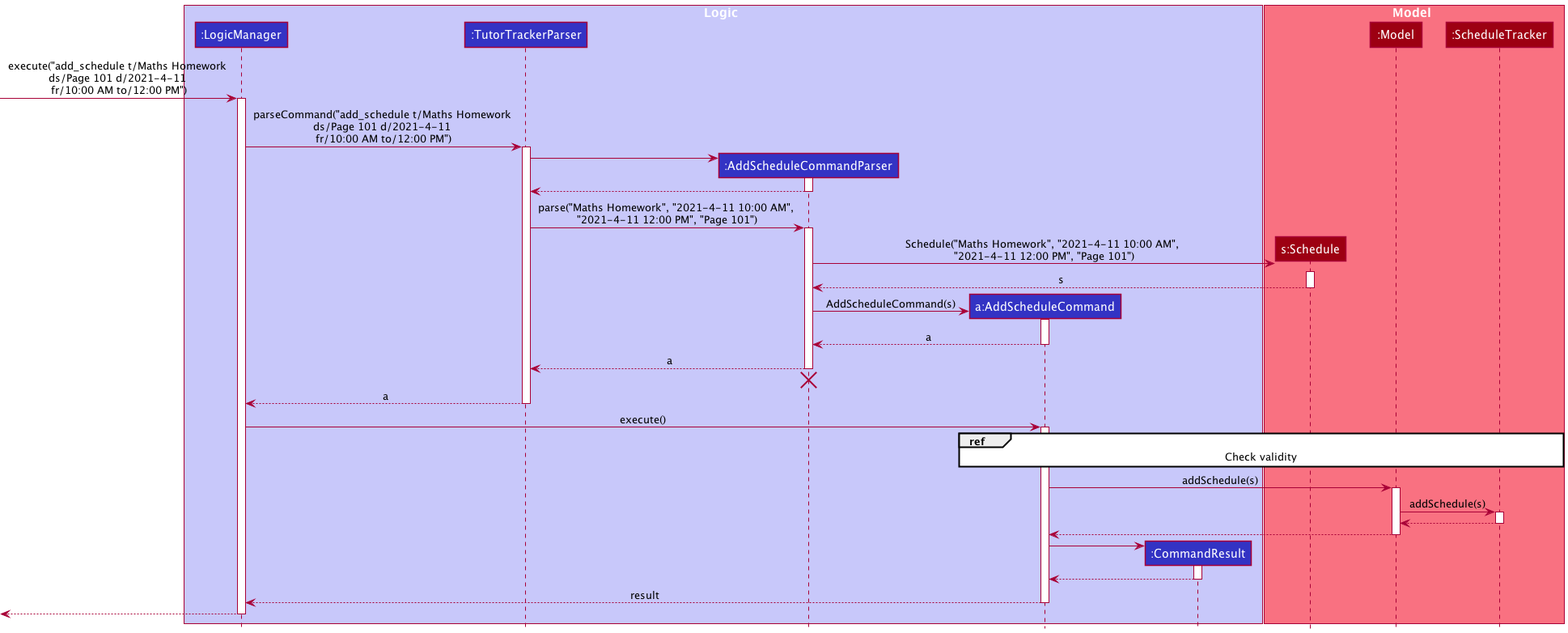
Earlier version of the PlantUML export docs/images/schedule/ScheduleSequenceDiagram.png (nus-cs2103-AY2021S2/tp). Source of this version:
```plantuml
@startuml
!include ../style.puml

box Logic LOGIC_COLOR_T1
participant ":LogicManager" as LogicManager LOGIC_COLOR
participant ":TutorTrackerParser" as TutorTrackerParser LOGIC_COLOR
participant ":AddScheduleCommandParser" as AddScheduleCommandParser LOGIC_COLOR
participant "a:AddScheduleCommand" as AddScheduleCommand LOGIC_COLOR
participant ":CommandResult" as CommandResult LOGIC_COLOR
end box

box Model MODEL_COLOR_T1
participant "s:Schedule" as Schedule MODEL_COLOR
participant ":Model" as Model MODEL_COLOR
participant ":ScheduleTracker" as ScheduleTracker MODEL_COLOR
end box

[-> LogicManager : execute("add_schedule t/Maths Homework \nds/Page 101 d/2021-4-11 \nfr/10:00 AM to/12:00 PM")
activate LogicManager

LogicManager -> TutorTrackerParser : parseCommand("add_schedule t/Maths Homework \nds/Page 101 d/2021-4-11 \nfr/10:00 AM to/12:00 PM")
activate TutorTrackerParser

create AddScheduleCommandParser
TutorTrackerParser -> AddScheduleCommandParser
activate AddScheduleCommandParser

AddScheduleCommandParser --> TutorTrackerParser
deactivate AddScheduleCommandParser

TutorTrackerParser -> AddScheduleCommandParser : parse("Maths Homework", "2021-4-11 10:00 AM", \n"2021-4-11 12:00 PM", "Page 101")
activate AddScheduleCommandParser

create Schedule
AddScheduleCommandParser -> Schedule : Schedule("Maths Homework", "2021-4-11 10:00 AM", \n"2021-4-11 12:00 PM", "Page 101")
activate Schedule

Schedule --> AddScheduleCommandParser : s
deactivate Schedule

create AddScheduleCommand
AddScheduleCommandParser -> AddScheduleCommand : AddScheduleCommand(s)
activate AddScheduleCommand

AddScheduleCommand --> AddScheduleCommandParser : a
deactivate AddScheduleCommand

AddScheduleCommandParser --> TutorTrackerParser : a
deactivate AddScheduleCommandParser
AddScheduleCommandParser -[hidden]-> TutorTrackerParser
destroy AddScheduleCommandParser

TutorTrackerParser --> LogicManager : a
deactivate TutorTrackerParser

LogicManager -> AddScheduleCommand : execute()
activate AddScheduleCommand

ref over AddScheduleCommand, ScheduleTracker : Check validity

AddScheduleCommand -> Model : addSchedule(s)
activate Model

Model -> ScheduleTracker : addSchedule(s)
activate ScheduleTracker

ScheduleTracker --> Model
deactivate ScheduleTracker

Model --> AddScheduleCommand
deactivate Model

create CommandResult
AddScheduleCommand -> CommandResult
activate CommandResult

CommandResult --> AddScheduleCommand
deactivate CommandResult

AddScheduleCommand --> LogicManager : result
deactivate AddScheduleCommand

[<--LogicManager
deactivate LogicManager
@enduml
```
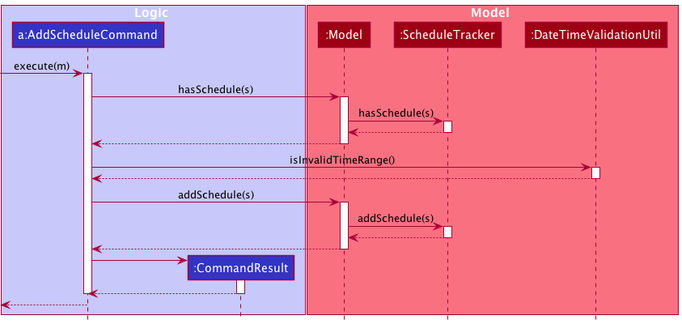
After the change.

Diff of the diagram source:
```diff
@@ -2,61 +2,32 @@
 !include ../style.puml
 
 box Logic LOGIC_COLOR_T1
-participant ":LogicManager" as LogicManager LOGIC_COLOR
-participant ":TutorTrackerParser" as TutorTrackerParser LOGIC_COLOR
-participant ":AddScheduleCommandParser" as AddScheduleCommandParser LOGIC_COLOR
 participant "a:AddScheduleCommand" as AddScheduleCommand LOGIC_COLOR
 participant ":CommandResult" as CommandResult LOGIC_COLOR
 end box
 
 box Model MODEL_COLOR_T1
-participant "s:Schedule" as Schedule MODEL_COLOR
 participant ":Model" as Model MODEL_COLOR
 participant ":ScheduleTracker" as ScheduleTracker MODEL_COLOR
+participant ":DateTimeValidationUtil" as DateTimeValidationUtil MODEL_COLOR
 end box
 
-[-> LogicManager : execute("add_schedule t/Maths Homework \nds/Page 101 d/2021-4-11 \nfr/10:00 AM to/12:00 PM")
-activate LogicManager
-
-LogicManager -> TutorTrackerParser : parseCommand("add_schedule t/Maths Homework \nds/Page 101 d/2021-4-11 \nfr/10:00 AM to/12:00 PM")
-activate TutorTrackerParser
-
-create AddScheduleCommandParser
-TutorTrackerParser -> AddScheduleCommandParser
-activate AddScheduleCommandParser
-
-AddScheduleCommandParser --> TutorTrackerParser
-deactivate AddScheduleCommandParser
-
-TutorTrackerParser -> AddScheduleCommandParser : parse("Maths Homework", "2021-4-11 10:00 AM", \n"2021-4-11 12:00 PM", "Page 101")
-activate AddScheduleCommandParser
-
-create Schedule
-AddScheduleCommandParser -> Schedule : Schedule("Maths Homework", "2021-4-11 10:00 AM", \n"2021-4-11 12:00 PM", "Page 101")
-activate Schedule
-
-Schedule --> AddScheduleCommandParser : s
-deactivate Schedule
-
-create AddScheduleCommand
-AddScheduleCommandParser -> AddScheduleCommand : AddScheduleCommand(s)
+[-> AddScheduleCommand : execute(m)
 activate AddScheduleCommand
 
-AddScheduleCommand --> AddScheduleCommandParser : a
-deactivate AddScheduleCommand
+AddScheduleCommand -> Model : hasSchedule(s)
+activate Model
+Model -> ScheduleTracker : hasSchedule(s)
+activate ScheduleTracker
+ScheduleTracker --> Model
+deactivate ScheduleTracker
+Model --> AddScheduleCommand
+deactivate Model
 
-AddScheduleCommandParser --> TutorTrackerParser : a
-deactivate AddScheduleCommandParser
-AddScheduleCommandParser -[hidden]-> TutorTrackerParser
-destroy AddScheduleCommandParser
-
-TutorTrackerParser --> LogicManager : a
-deactivate TutorTrackerParser
-
-LogicManager -> AddScheduleCommand : execute()
-activate AddScheduleCommand
-
-ref over AddScheduleCommand, ScheduleTracker : Check validity
+AddScheduleCommand -> DateTimeValidationUtil : isInvalidTimeRange()
+activate DateTimeValidationUtil
+DateTimeValidationUtil --> AddScheduleCommand
+deactivate DateTimeValidationUtil
 
 AddScheduleCommand -> Model : addSchedule(s)
 activate Model
@@ -77,9 +48,8 @@
 CommandResult --> AddScheduleCommand
 deactivate CommandResult
 
-AddScheduleCommand --> LogicManager : result
 deactivate AddScheduleCommand
 
-[<--LogicManager
-deactivate LogicManager
+[<--AddScheduleCommand
+deactivate AddScheduleCommand
 @enduml
```
